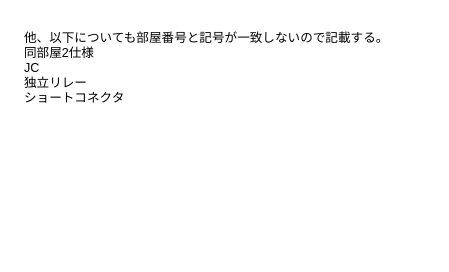
The draw.io diagram 名称未設定ファイル.drawio in sugn74/profile, before the edit. Source tidied: cells renumbered, new cells numbered last; positions are measured from the earlier drawing's top-left corner, leaving out a move shared by most shapes. Both pictures are drawn from the tidied source at 126%, with x=0, y=0 at pixel (21, 21).
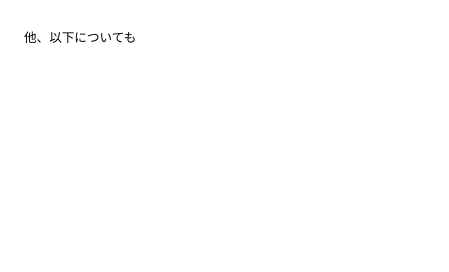
The same page after the edit.

Commit message (it also covers changes not shown here):
名称未設定ファイル.drawio を更新します

The edit, as a diff of the source:
```diff
@@
 <mxGraphModel>
   <root>
     <mxCell id="0" />
     <mxCell id="1" parent="0" />
-    <mxCell id="2" value="&lt;div&gt;他、以下についても部屋番号と記号が一致しないので記載する。&lt;/div&gt;&lt;div&gt;同部屋2仕様&lt;/div&gt;&lt;div&gt;JC&lt;/div&gt;&lt;div&gt;独立リレー&lt;/div&gt;&lt;div&gt;ショートコネクタ&lt;/div&gt;&lt;div&gt;&lt;br&gt;&lt;/div&gt;" style="text;html=1;strokeColor=none;fillColor=none;align=left;verticalAlign=top;whiteSpace=wrap;rounded=0;fontSize=10;" parent="1" vertex="1">
+    <mxCell id="2" value="&lt;div&gt;他、以下についても&lt;/div&gt;&lt;div&gt;&lt;br&gt;&lt;/div&gt;" style="text;html=1;strokeColor=none;fillColor=none;align=left;verticalAlign=top;whiteSpace=wrap;rounded=0;fontSize=10;" parent="1" vertex="1">
       <mxGeometry width="322" height="182" as="geometry" />
     </mxCell>
   </root>
 </mxGraphModel>
```
